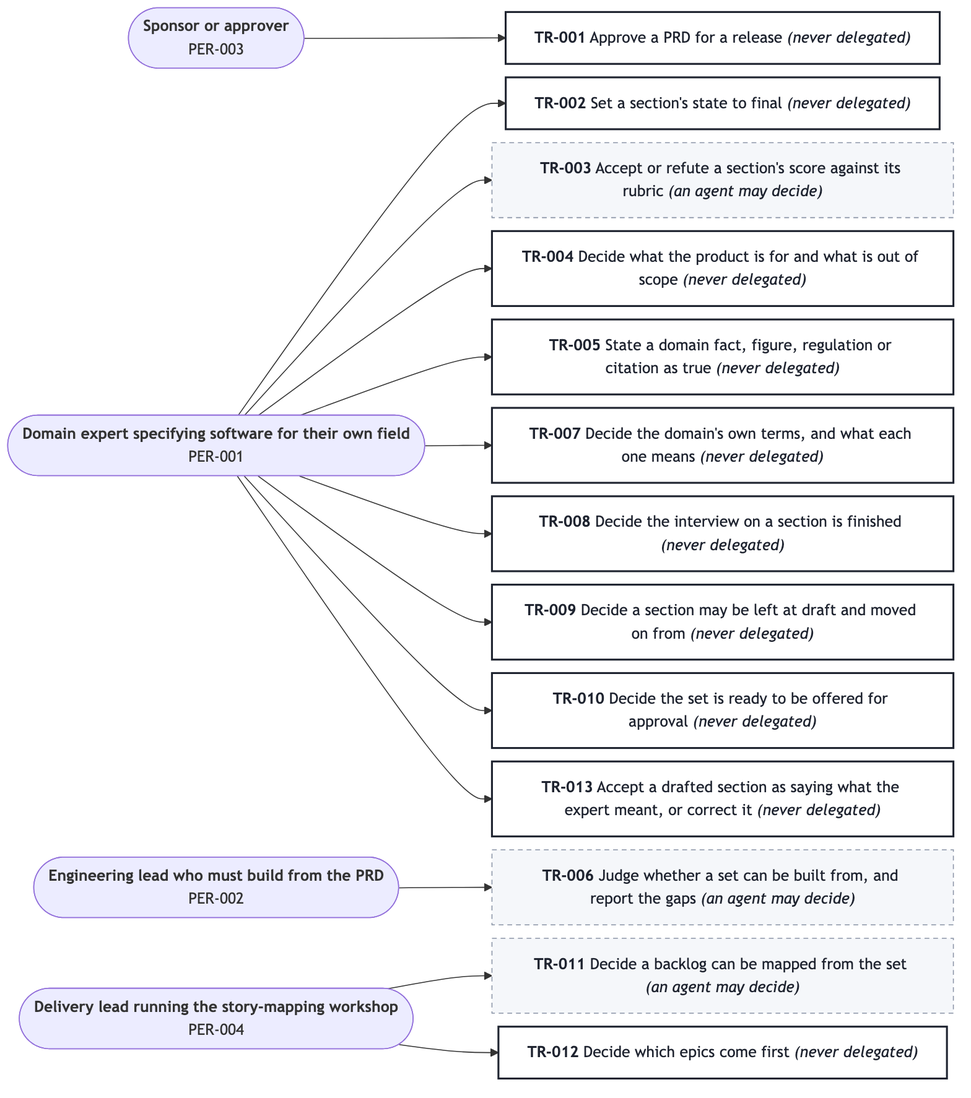
Earlier version of the Mermaid export docs/prd/prd-forge/diagrams/decision-rights.png (SpillwaveSolutions/prd-forge). Its source is kept beside it as docs/prd/prd-forge/diagrams/decision-rights.mmd. Its diagram source:
```mermaid
%%{init: {"flowchart": {"wrappingWidth": 420, "nodeSpacing": 14, "rankSpacing": 70}}}%%
flowchart LR
  APER003(["<b>Sponsor or approver</b><br/>PER-003"])
  APER001(["<b>Domain expert specifying software for their own field</b><br/>PER-001"])
  APER002(["<b>Engineering lead who must build from the PRD</b><br/>PER-002"])
  APER004(["<b>Delivery lead running the story-mapping workshop</b><br/>PER-004"])
  DTR001["<b>TR-001</b> Approve a PRD for a release <i>(never delegated)</i>"]
  APER003 --> DTR001
  DTR002["<b>TR-002</b> Set a section's state to final <i>(never delegated)</i>"]
  APER001 --> DTR002
  DTR003["<b>TR-003</b> Accept or refute a section's score against its rubric <i>(an agent may decide)</i>"]
  APER001 --> DTR003
  DTR004["<b>TR-004</b> Decide what the product is for and what is out of scope <i>(never delegated)</i>"]
  APER001 --> DTR004
  DTR005["<b>TR-005</b> State a domain fact, figure, regulation or citation as true <i>(never delegated)</i>"]
  APER001 --> DTR005
  DTR006["<b>TR-006</b> Judge whether a set can be built from, and report the gaps <i>(an agent may decide)</i>"]
  APER002 --> DTR006
  DTR007["<b>TR-007</b> Decide the domain's own terms, and what each one means <i>(never delegated)</i>"]
  APER001 --> DTR007
  DTR008["<b>TR-008</b> Decide the interview on a section is finished <i>(never delegated)</i>"]
  APER001 --> DTR008
  DTR009["<b>TR-009</b> Decide a section may be left at draft and moved on from <i>(never delegated)</i>"]
  APER001 --> DTR009
  DTR010["<b>TR-010</b> Decide the set is ready to be offered for approval <i>(never delegated)</i>"]
  APER001 --> DTR010
  DTR011["<b>TR-011</b> Decide a backlog can be mapped from the set <i>(an agent may decide)</i>"]
  APER004 --> DTR011
  DTR012["<b>TR-012</b> Decide which epics come first <i>(never delegated)</i>"]
  APER004 --> DTR012
  DTR013["<b>TR-013</b> Accept a drafted section as saying what the expert meant, or correct it <i>(never delegated)</i>"]
  APER001 --> DTR013
  classDef never fill:#FFFFFF,stroke:#1F2430,stroke-width:2px,color:#1F2430
  classDef agent fill:#F5F7FA,stroke:#8A94A6,stroke-dasharray:5 4,color:#1F2430
  classDef person fill:#F5F7FA,stroke:#8A94A6,color:#1F2430
  class DTR001 never
  class DTR002 never
  class DTR003 agent
  class DTR004 never
  class DTR005 never
  class DTR006 agent
  class DTR007 never
  class DTR008 never
  class DTR009 never
  class DTR010 never
  class DTR011 agent
  class DTR012 never
  class DTR013 never
```
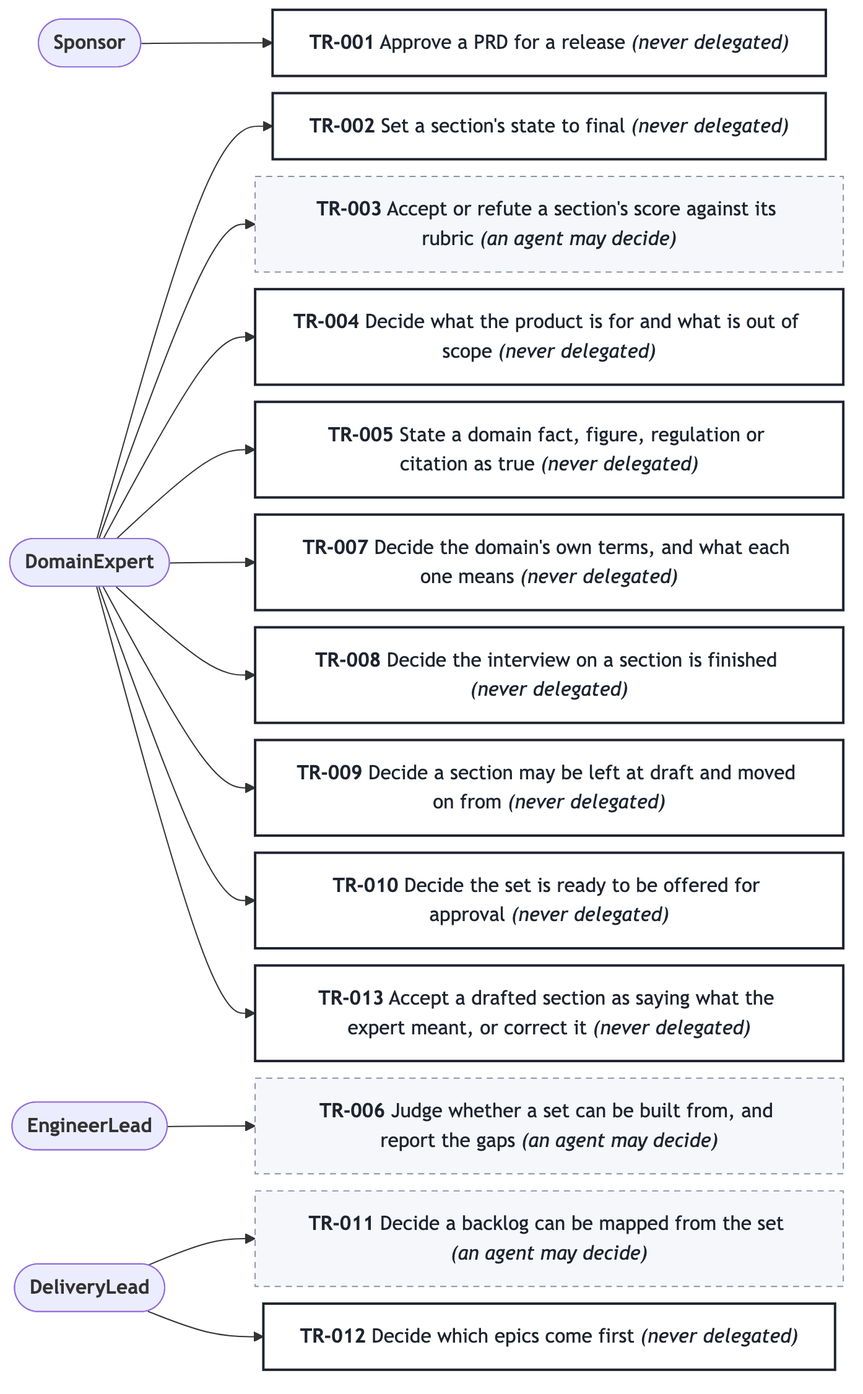
The same diagram one commit later.

What changed in the source:
```diff
@@ -1,9 +1,9 @@
 %%{init: {"flowchart": {"wrappingWidth": 420, "nodeSpacing": 14, "rankSpacing": 70}}}%%
 flowchart LR
-  APER003(["<b>Sponsor or approver</b><br/>PER-003"])
-  APER001(["<b>Domain expert specifying software for their own field</b><br/>PER-001"])
-  APER002(["<b>Engineering lead who must build from the PRD</b><br/>PER-002"])
-  APER004(["<b>Delivery lead running the story-mapping workshop</b><br/>PER-004"])
+  APER003(["<b>Sponsor</b>"])
+  APER001(["<b>DomainExpert</b>"])
+  APER002(["<b>EngineerLead</b>"])
+  APER004(["<b>DeliveryLead</b>"])
   DTR001["<b>TR-001</b> Approve a PRD for a release <i>(never delegated)</i>"]
   APER003 --> DTR001
   DTR002["<b>TR-002</b> Set a section's state to final <i>(never delegated)</i>"]
```
